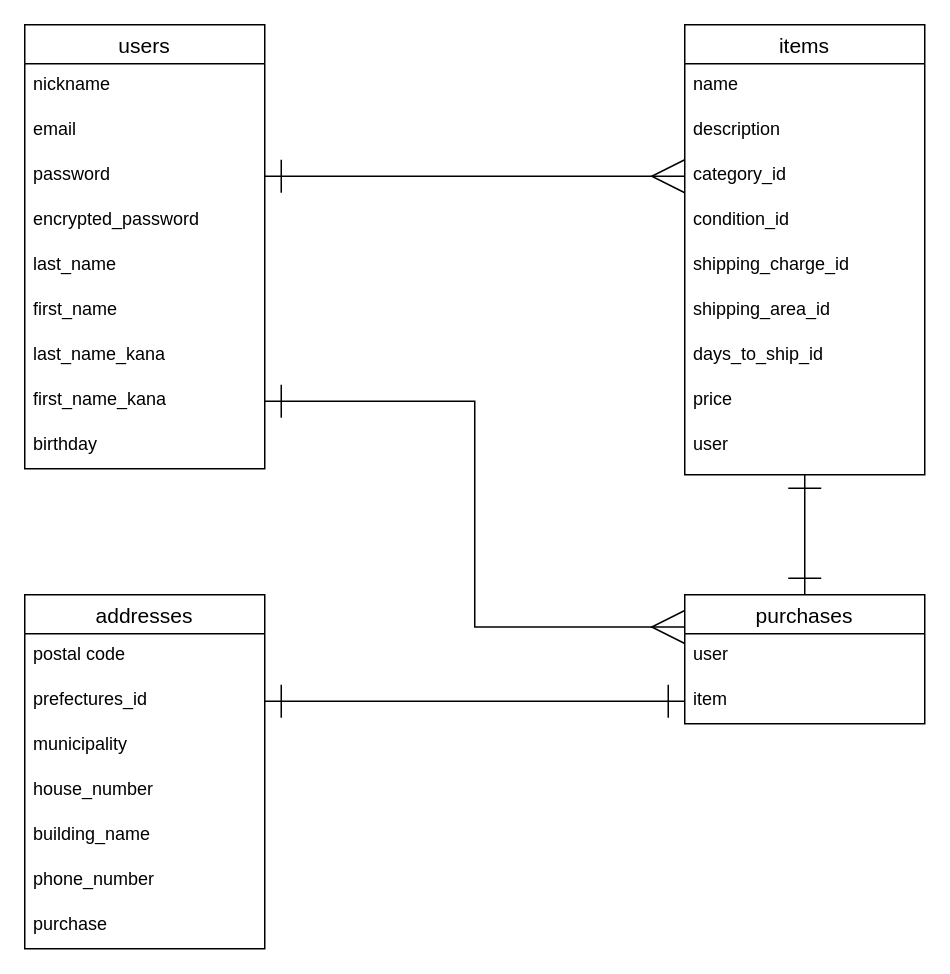
This is furima.dio from ajcksyxd/furima-31796, a draw.io file, before an edit. Source tidied: cells renumbered, new cells numbered last; positions are measured from the earlier drawing's top-left corner, leaving out a move shared by most shapes. Both pictures are drawn from the tidied source at 150%, with x=0, y=0 at pixel (24, 24).
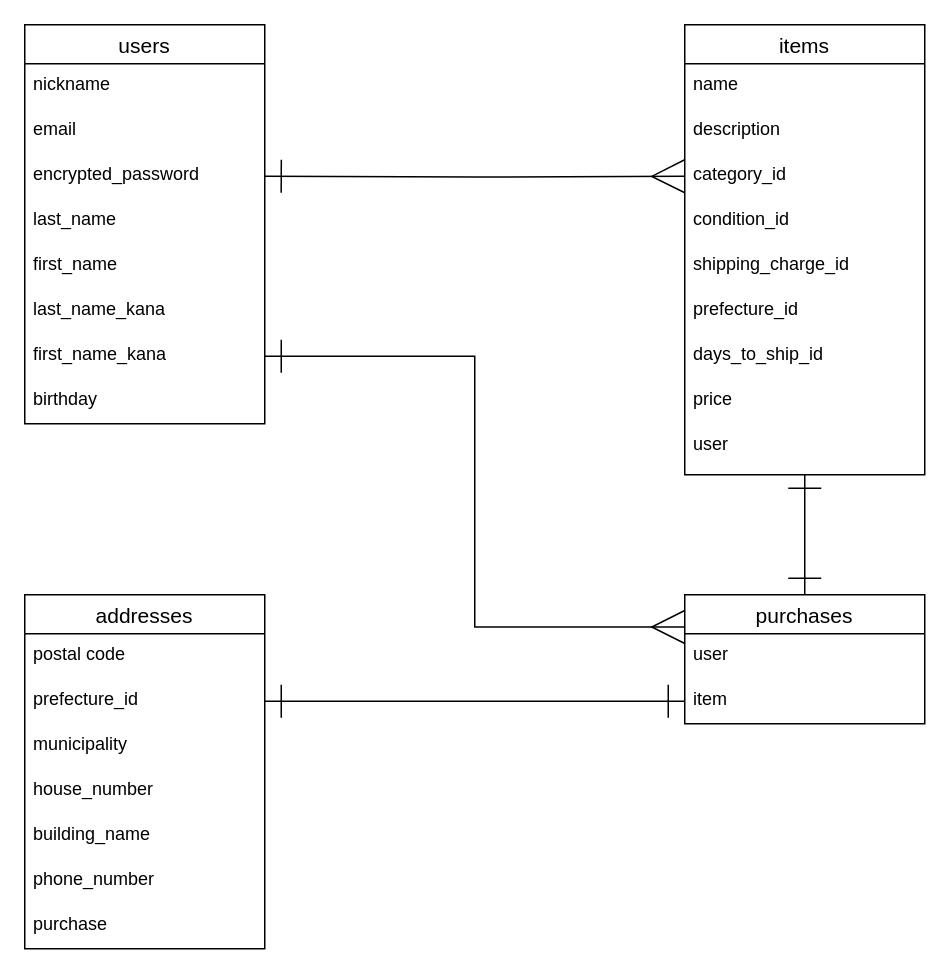
The same page after the edit.

Commit message (it also covers changes not shown here):
READMEの指摘事項再修正

Unchanged cells that the change refers to:
```xml
<mxCell id="12" value="items" style="swimlane;fontStyle=0;horizontal=1;startSize=26;align=center;fontSize=14;" parent="1" vertex="1">
  <mxGeometry x="440" width="160" height="300" as="geometry" />
</mxCell>
<mxCell id="15" value="category_id" style="text;strokeColor=none;fillColor=none;spacingLeft=4;spacingRight=4;overflow=hidden;points=[[0,0.5],[1,0.5]];portConstraint=eastwest;fontSize=12;" parent="12" vertex="1">
  <mxGeometry y="86" width="160" height="30" as="geometry" />
</mxCell>
<mxCell id="22" value="addresses" style="swimlane;fontStyle=0;horizontal=1;startSize=26;align=center;fontSize=14;" parent="1" vertex="1">
  <mxGeometry y="380" width="160" height="236" as="geometry" />
</mxCell>
```

What changed in the source:
```diff
@@
     <mxCell id="2" value="users" style="swimlane;fontStyle=0;horizontal=1;startSize=26;align=center;fontSize=14;" parent="1" vertex="1">
-      <mxGeometry width="160" height="296" as="geometry" />
+      <mxGeometry width="160" height="266" as="geometry" />
     </mxCell>
@@
-    <mxCell id="5" value="password" style="text;strokeColor=none;fillColor=none;spacingLeft=4;spacingRight=4;overflow=hidden;points=[[0,0.5],[1,0.5]];portConstraint=eastwest;fontSize=12;" parent="2" vertex="1">
-      <mxGeometry y="86" width="160" height="30" as="geometry" />
-    </mxCell>
     <mxCell id="6" value="encrypted_password" style="text;strokeColor=none;fillColor=none;spacingLeft=4;spacingRight=4;overflow=hidden;fontSize=12;" parent="2" vertex="1">
-      <mxGeometry y="116" width="160" height="30" as="geometry" />
+      <mxGeometry y="86" width="160" height="30" as="geometry" />
     </mxCell>
     <mxCell id="7" value="last_name" style="text;strokeColor=none;fillColor=none;spacingLeft=4;spacingRight=4;overflow=hidden;fontSize=12;" parent="2" vertex="1">
-      <mxGeometry y="146" width="160" height="30" as="geometry" />
+      <mxGeometry y="116" width="160" height="30" as="geometry" />
     </mxCell>
     <mxCell id="8" value="first_name" style="text;strokeColor=none;fillColor=none;spacingLeft=4;spacingRight=4;overflow=hidden;fontSize=12;" parent="2" vertex="1">
-      <mxGeometry y="176" width="160" height="30" as="geometry" />
+      <mxGeometry y="146" width="160" height="30" as="geometry" />
     </mxCell>
     <mxCell id="9" value="last_name_kana" style="text;strokeColor=none;fillColor=none;spacingLeft=4;spacingRight=4;overflow=hidden;fontSize=12;" parent="2" vertex="1">
-      <mxGeometry y="206" width="160" height="30" as="geometry" />
+      <mxGeometry y="176" width="160" height="30" as="geometry" />
     </mxCell>
     <mxCell id="10" value="first_name_kana" style="text;strokeColor=none;fillColor=none;spacingLeft=4;spacingRight=4;overflow=hidden;points=[[0,0.5],[1,0.5]];portConstraint=eastwest;fontSize=12;" parent="2" vertex="1">
-      <mxGeometry y="236" width="160" height="30" as="geometry" />
+      <mxGeometry y="206" width="160" height="30" as="geometry" />
     </mxCell>
     <mxCell id="11" value="birthday" style="text;strokeColor=none;fillColor=none;spacingLeft=4;spacingRight=4;overflow=hidden;fontSize=12;" parent="2" vertex="1">
-      <mxGeometry y="266" width="160" height="30" as="geometry" />
+      <mxGeometry y="236" width="160" height="30" as="geometry" />
     </mxCell>
@@
-    <mxCell id="18" value="shipping_area_id" style="text;strokeColor=none;fillColor=none;spacingLeft=4;spacingRight=4;overflow=hidden;fontSize=12;" parent="12" vertex="1">
+    <mxCell id="18" value="prefecture_id" style="text;strokeColor=none;fillColor=none;spacingLeft=4;spacingRight=4;overflow=hidden;fontSize=12;" parent="12" vertex="1">
       <mxGeometry y="176" width="160" height="30" as="geometry" />
     </mxCell>
@@
-    <mxCell id="24" value="prefectures_id" style="text;strokeColor=none;fillColor=none;spacingLeft=4;spacingRight=4;overflow=hidden;points=[[0,0.5],[1,0.5]];portConstraint=eastwest;fontSize=12;" parent="22" vertex="1">
+    <mxCell id="24" value="prefecture_id" style="text;strokeColor=none;fillColor=none;spacingLeft=4;spacingRight=4;overflow=hidden;points=[[0,0.5],[1,0.5]];portConstraint=eastwest;fontSize=12;" parent="22" vertex="1">
       <mxGeometry y="56" width="160" height="30" as="geometry" />
     </mxCell>
@@
-    <mxCell id="34" style="edgeStyle=orthogonalEdgeStyle;rounded=0;jettySize=auto;html=1;exitX=1;exitY=0.5;exitDx=0;exitDy=0;entryX=0;entryY=0.5;entryDx=0;entryDy=0;startSize=20;endSize=20;endArrow=ERmany;endFill=0;startArrow=ERone;startFill=0;" parent="1" edge="1" source="5" target="15">
-      <mxGeometry relative="1" as="geometry" />
+    <mxCell id="34" style="edgeStyle=orthogonalEdgeStyle;rounded=0;jettySize=auto;html=1;exitX=1;exitY=0.5;exitDx=0;exitDy=0;entryX=0;entryY=0.5;entryDx=0;entryDy=0;startSize=20;endSize=20;endArrow=ERmany;endFill=0;startArrow=ERone;startFill=0;" parent="1" edge="1" target="15">
+      <mxGeometry relative="1" as="geometry">
+        <mxPoint x="160" y="101" as="sourcePoint" />
+      </mxGeometry>
     </mxCell>
```
